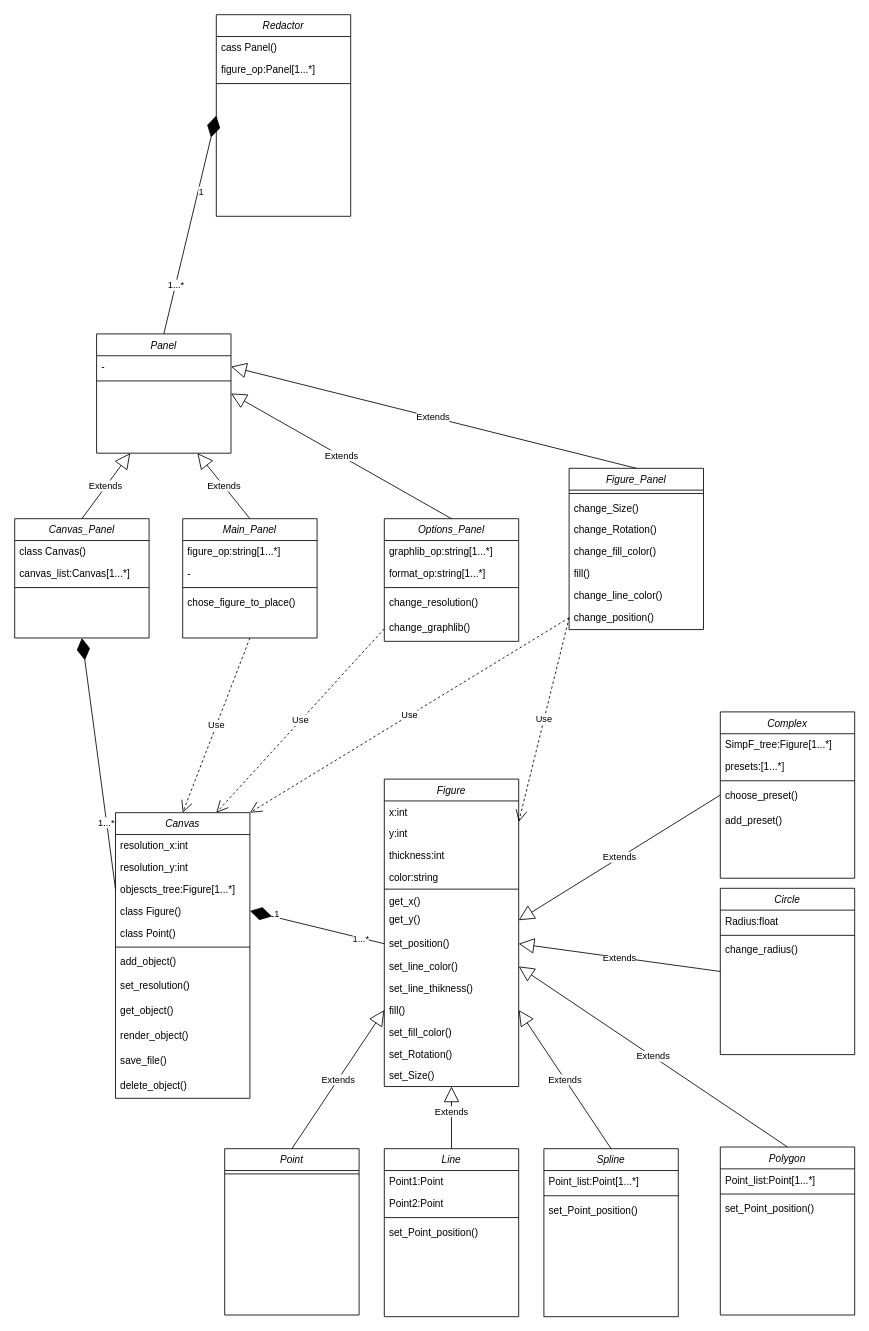
This is Диаграмма классов.drawio from MstislavRomanovski/ProgramIngeneering, a draw.io file, before an edit. Source tidied: cells renumbered, new cells numbered last; positions are measured from the earlier drawing's top-left corner, leaving out a move shared by most shapes. Both pictures are drawn from the tidied source at 84%, with x=0, y=0 at pixel (14, 14).
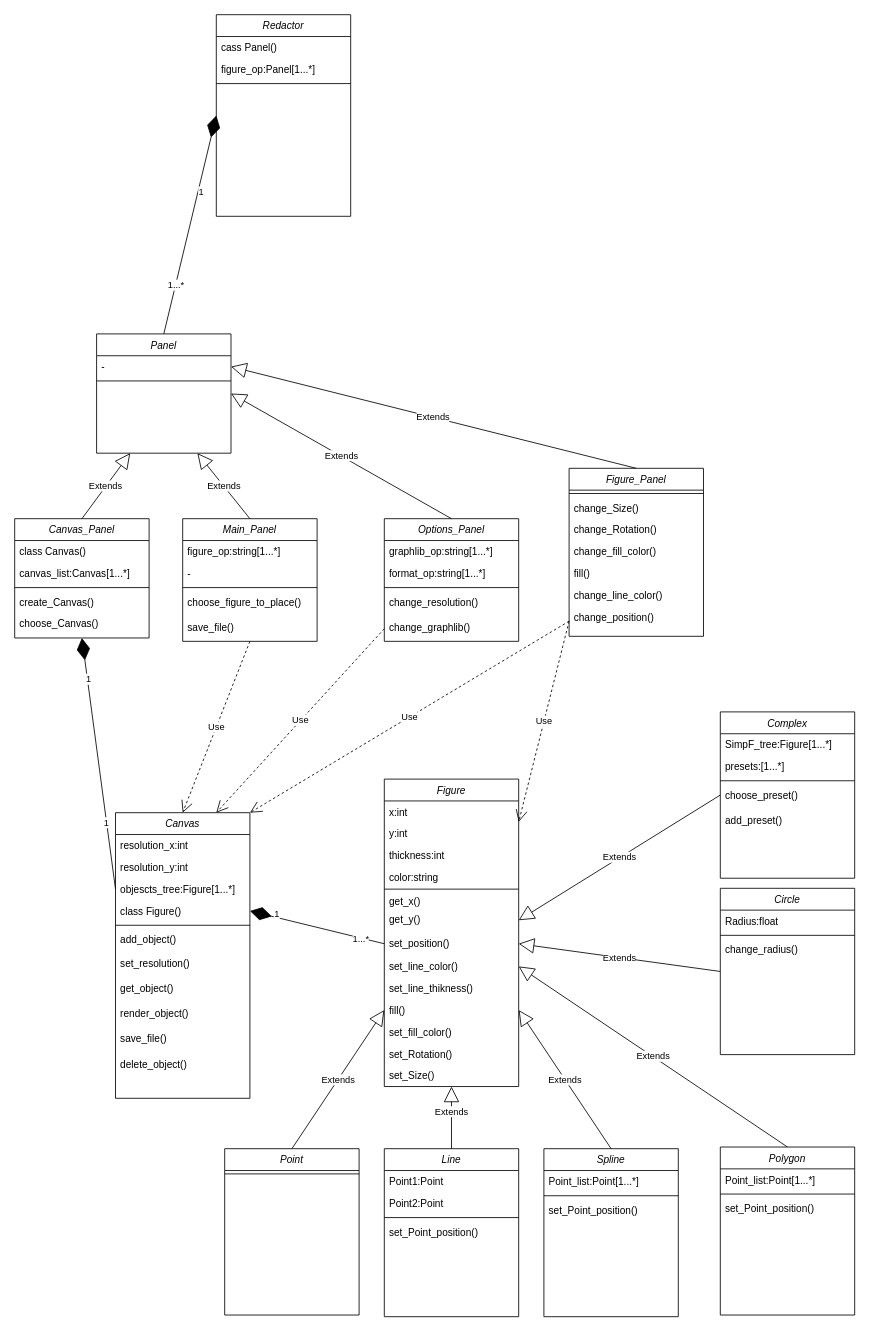
The same page after the edit.

Unchanged cells that the change refers to:
```xml
<mxCell id="2" value="Canvas" style="swimlane;fontStyle=2;align=center;verticalAlign=top;horizontal=1;startSize=26;rounded=0;shadow=0;strokeWidth=1;" parent="1" vertex="1">
  <mxGeometry x="120" y="950" width="160" height="340" as="geometry" />
</mxCell>
<mxCell id="39" style="endArrow=diamondThin;endFill=1;endSize=24;html=1;rounded=0;exitX=0;exitY=0.5;exitDx=0;exitDy=0;entryX=0.5;entryY=1;entryDx=0;entryDy=0;" parent="1" edge="1" source="5" target="91">
  <mxGeometry relative="1" as="geometry" />
</mxCell>
<mxCell id="91" value="Canvas_Panel" style="swimlane;fontStyle=2;align=center;verticalAlign=top;horizontal=1;startSize=26;rounded=0;shadow=0;strokeWidth=1;" parent="1" vertex="1">
  <mxGeometry y="600" width="160" height="142" as="geometry" />
</mxCell>
```

Change to the diagram source:
```diff
@@
-    <mxCell id="7" value="class Point()" style="text;align=left;verticalAlign=top;spacingLeft=4;spacingRight=4;overflow=hidden;rounded=0;shadow=0;html=0;" parent="2" vertex="1">
-      <mxGeometry y="130" width="160" height="26" as="geometry" />
-    </mxCell>
     <mxCell id="8" style="line;html=1;strokeWidth=1;align=left;verticalAlign=middle;spacingTop=-1;spacingLeft=3;spacingRight=3;labelPosition=right;" parent="2" vertex="1">
-      <mxGeometry y="156" width="160" height="8" as="geometry" />
+      <mxGeometry y="130" width="160" height="8" as="geometry" />
     </mxCell>
     <mxCell id="9" value="add_object()" style="text;align=left;verticalAlign=top;spacingLeft=4;spacingRight=4;overflow=hidden;" parent="2" vertex="1">
-      <mxGeometry y="164" width="160" height="28" as="geometry" />
+      <mxGeometry y="138" width="160" height="28" as="geometry" />
     </mxCell>
     <mxCell id="10" value="set_resolution()&#10;" style="text;align=left;verticalAlign=top;spacingLeft=4;spacingRight=4;overflow=hidden;" parent="2" vertex="1">
-      <mxGeometry y="192" width="160" height="30" as="geometry" />
+      <mxGeometry y="166" width="160" height="30" as="geometry" />
     </mxCell>
     <mxCell id="11" value="get_object()&#10;" style="text;align=left;verticalAlign=top;spacingLeft=4;spacingRight=4;overflow=hidden;" parent="2" vertex="1">
-      <mxGeometry y="222" width="160" height="30" as="geometry" />
+      <mxGeometry y="196" width="160" height="30" as="geometry" />
     </mxCell>
     <mxCell id="12" value="render_object()&#10;" style="text;align=left;verticalAlign=top;spacingLeft=4;spacingRight=4;overflow=hidden;" parent="2" vertex="1">
-      <mxGeometry y="252" width="160" height="30" as="geometry" />
+      <mxGeometry y="226" width="160" height="30" as="geometry" />
     </mxCell>
     <mxCell id="13" value="save_file()&#10;" style="text;align=left;verticalAlign=top;spacingLeft=4;spacingRight=4;overflow=hidden;" parent="2" vertex="1">
-      <mxGeometry y="282" width="160" height="30" as="geometry" />
+      <mxGeometry y="256" width="160" height="30" as="geometry" />
     </mxCell>
     <mxCell id="14" value="delete_object()" style="text;align=left;verticalAlign=top;spacingLeft=4;spacingRight=4;overflow=hidden;" parent="2" vertex="1">
-      <mxGeometry y="312" width="160" height="28" as="geometry" />
+      <mxGeometry y="286" width="160" height="28" as="geometry" />
     </mxCell>
@@
     <mxCell id="30" value="Main_Panel" style="swimlane;fontStyle=2;align=center;verticalAlign=top;horizontal=1;startSize=26;rounded=0;shadow=0;strokeWidth=1;" parent="1" vertex="1">
-      <mxGeometry x="200" y="600" width="160" height="142" as="geometry" />
+      <mxGeometry x="200" y="600" width="160" height="146" as="geometry" />
     </mxCell>
@@
-    <mxCell id="34" value="chose_figure_to_place()&#10;" style="text;align=left;verticalAlign=top;spacingLeft=4;spacingRight=4;overflow=hidden;" parent="30" vertex="1">
+    <mxCell id="34" value="choose_figure_to_place()&#10;" style="text;align=left;verticalAlign=top;spacingLeft=4;spacingRight=4;overflow=hidden;" parent="30" vertex="1">
       <mxGeometry y="86" width="160" height="30" as="geometry" />
     </mxCell>
+    <mxCell id="107" value="save_file()&#10;" style="text;align=left;verticalAlign=top;spacingLeft=4;spacingRight=4;overflow=hidden;" parent="30" vertex="1">
+      <mxGeometry y="116" width="160" height="30" as="geometry" />
+    </mxCell>
@@
-    <mxCell id="40" value="1...*" style="edgeLabel;html=1;align=center;verticalAlign=middle;" parent="39" vertex="1">
+    <mxCell id="40" value="1" style="edgeLabel;html=1;align=center;verticalAlign=middle;" parent="39" vertex="1">
       <mxGeometry x="-0.47" y="1" relative="1" as="geometry" />
     </mxCell>
@@
+    <mxCell id="108" value="create_Canvas()" style="text;align=left;verticalAlign=top;spacingLeft=4;spacingRight=4;overflow=hidden;" parent="91" vertex="1">
+      <mxGeometry y="86" width="160" height="26" as="geometry" />
+    </mxCell>
+    <mxCell id="109" value="choose_Canvas()" style="text;align=left;verticalAlign=top;spacingLeft=4;spacingRight=4;overflow=hidden;" parent="91" vertex="1">
+      <mxGeometry y="112" width="160" height="26" as="geometry" />
+    </mxCell>
@@
     <mxCell id="96" value="Figure_Panel" style="swimlane;fontStyle=2;align=center;verticalAlign=top;horizontal=1;startSize=26;rounded=0;shadow=0;strokeWidth=1;" parent="1" vertex="1">
-      <mxGeometry x="660" y="540" width="160" height="192" as="geometry" />
+      <mxGeometry x="660" y="540" width="160" height="200" as="geometry" />
     </mxCell>
@@
     <mxCell id="103" value="change_position()&#10;" style="text;align=left;verticalAlign=top;spacingLeft=4;spacingRight=4;overflow=hidden;points=[[0,0.5],[1,0.5]];portConstraint=eastwest;" parent="96" vertex="1">
-      <mxGeometry y="164" width="160" height="28" as="geometry" />
+      <mxGeometry y="164" width="160" height="36" as="geometry" />
     </mxCell>
@@
+    <mxCell id="110" value="1" style="edgeLabel;html=1;align=center;verticalAlign=middle;" parent="1" vertex="1">
+      <mxGeometry x="160" y="850" as="geometry">
+        <mxPoint x="-73" y="-60" as="offset" />
+      </mxGeometry>
+    </mxCell>
```
